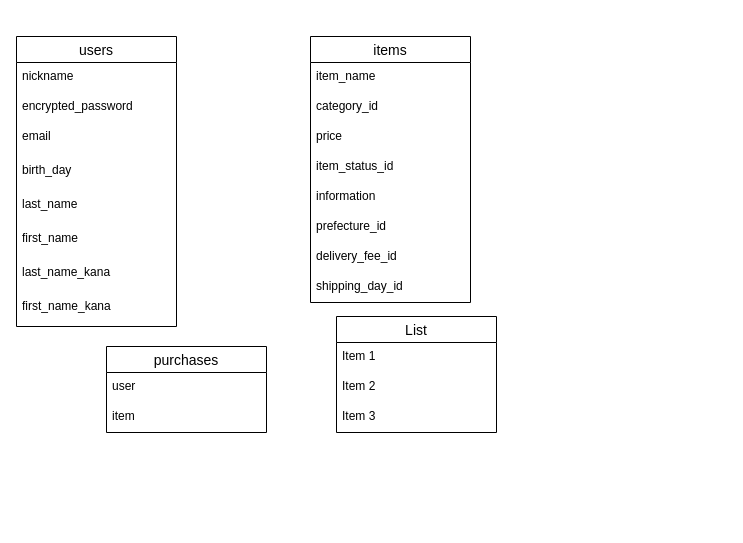
This is ER.dio from Ko-kiNanko/furima-34390, a draw.io file, before an edit. Source tidied: cells renumbered, new cells numbered last; positions are measured from the earlier drawing's top-left corner, leaving out a move shared by most shapes. Both pictures are drawn from the tidied source at 100%, with x=0, y=0 at pixel (16, 36).
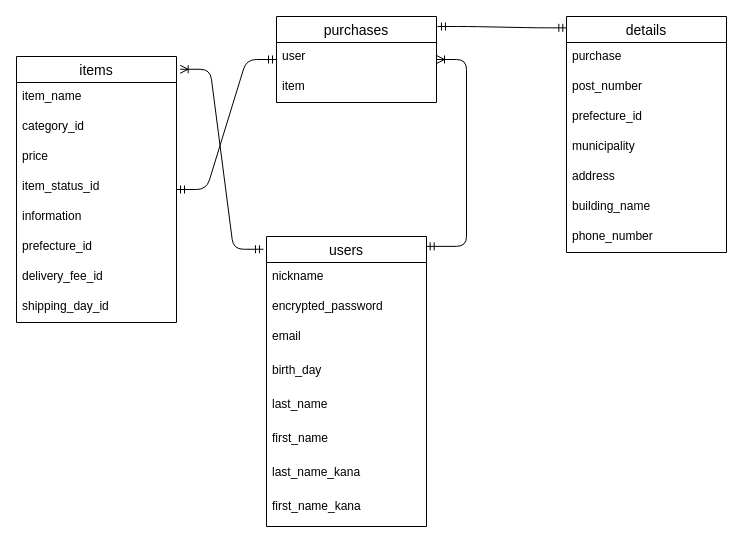
After the change.

The edit, as a diff of the source:
```diff
@@
     <mxCell id="2" value="users" style="swimlane;fontStyle=0;horizontal=1;startSize=26;align=center;fontSize=14;" parent="1" vertex="1">
-      <mxGeometry width="160" height="290" as="geometry" />
+      <mxGeometry x="250" y="200" width="160" height="290" as="geometry" />
     </mxCell>
@@
     <mxCell id="11" value="items" style="swimlane;fontStyle=0;horizontal=1;startSize=26;align=center;fontSize=14;" parent="1" vertex="1">
-      <mxGeometry x="294" width="160" height="266" as="geometry" />
+      <mxGeometry y="20" width="160" height="266" as="geometry" />
     </mxCell>
@@
     <mxCell id="20" value="purchases" style="swimlane;fontStyle=0;horizontal=1;startSize=26;align=center;fontSize=14;" parent="1" vertex="1">
-      <mxGeometry x="90" y="310" width="160" height="86" as="geometry" />
+      <mxGeometry x="260" y="-20" width="160" height="86" as="geometry" />
     </mxCell>
@@
-    <mxCell id="23" value="List" style="swimlane;fontStyle=0;horizontal=1;startSize=26;align=center;fontSize=14;" parent="1" vertex="1">
-      <mxGeometry x="320" y="280" width="160" height="116" as="geometry" />
+    <mxCell id="23" value="details" style="swimlane;fontStyle=0;horizontal=1;startSize=26;align=center;fontSize=14;" parent="1" vertex="1">
+      <mxGeometry x="550" y="-20" width="160" height="236" as="geometry" />
     </mxCell>
-    <mxCell id="24" value="Item 1" style="text;strokeColor=none;fillColor=none;spacingLeft=4;spacingRight=4;overflow=hidden;fontSize=12;" parent="23" vertex="1">
+    <mxCell id="24" value="purchase" style="text;strokeColor=none;fillColor=none;spacingLeft=4;spacingRight=4;overflow=hidden;fontSize=12;" parent="23" vertex="1">
       <mxGeometry y="26" width="160" height="30" as="geometry" />
     </mxCell>
-    <mxCell id="25" value="Item 2" style="text;strokeColor=none;fillColor=none;spacingLeft=4;spacingRight=4;overflow=hidden;fontSize=12;" parent="23" vertex="1">
+    <mxCell id="25" value="post_number" style="text;strokeColor=none;fillColor=none;spacingLeft=4;spacingRight=4;overflow=hidden;fontSize=12;" parent="23" vertex="1">
       <mxGeometry y="56" width="160" height="30" as="geometry" />
     </mxCell>
-    <mxCell id="26" value="Item 3" style="text;strokeColor=none;fillColor=none;spacingLeft=4;spacingRight=4;overflow=hidden;fontSize=12;" parent="23" vertex="1">
+    <mxCell id="26" value="prefecture_id" style="text;strokeColor=none;fillColor=none;spacingLeft=4;spacingRight=4;overflow=hidden;fontSize=12;" parent="23" vertex="1">
       <mxGeometry y="86" width="160" height="30" as="geometry" />
     </mxCell>
+    <mxCell id="27" value="municipality" style="text;strokeColor=none;fillColor=none;spacingLeft=4;spacingRight=4;overflow=hidden;fontSize=12;" parent="23" vertex="1">
+      <mxGeometry y="116" width="160" height="30" as="geometry" />
+    </mxCell>
+    <mxCell id="28" value="address" style="text;strokeColor=none;fillColor=none;spacingLeft=4;spacingRight=4;overflow=hidden;fontSize=12;" parent="23" vertex="1">
+      <mxGeometry y="146" width="160" height="30" as="geometry" />
+    </mxCell>
+    <mxCell id="29" value="building_name" style="text;strokeColor=none;fillColor=none;spacingLeft=4;spacingRight=4;overflow=hidden;fontSize=12;" parent="23" vertex="1">
+      <mxGeometry y="176" width="160" height="30" as="geometry" />
+    </mxCell>
+    <mxCell id="30" value="phone_number" style="text;strokeColor=none;fillColor=none;spacingLeft=4;spacingRight=4;overflow=hidden;fontSize=12;" parent="23" vertex="1">
+      <mxGeometry y="206" width="160" height="30" as="geometry" />
+    </mxCell>
+    <mxCell id="31" style="edgeStyle=entityRelationEdgeStyle;fontSize=12;html=1;endArrow=ERoneToMany;startArrow=ERmandOne;exitX=0.998;exitY=0.034;exitDx=0;exitDy=0;exitPerimeter=0;" parent="1" edge="1" source="2" target="20">
+      <mxGeometry relative="1" as="geometry" />
+    </mxCell>
+    <mxCell id="32" style="edgeStyle=entityRelationEdgeStyle;fontSize=12;html=1;endArrow=ERoneToMany;startArrow=ERmandOne;exitX=-0.019;exitY=0.044;exitDx=0;exitDy=0;exitPerimeter=0;entryX=1.023;entryY=0.048;entryDx=0;entryDy=0;entryPerimeter=0;" parent="1" edge="1" source="2" target="11">
+      <mxGeometry relative="1" as="geometry" />
+    </mxCell>
+    <mxCell id="33" style="edgeStyle=entityRelationEdgeStyle;fontSize=12;html=1;endArrow=ERmandOne;startArrow=ERmandOne;" parent="1" edge="1" source="11" target="20">
+      <mxGeometry relative="1" as="geometry" />
+    </mxCell>
+    <mxCell id="34" style="edgeStyle=entityRelationEdgeStyle;fontSize=12;html=1;endArrow=ERmandOne;startArrow=ERmandOne;exitX=1.006;exitY=0.116;exitDx=0;exitDy=0;exitPerimeter=0;entryX=0.002;entryY=0.048;entryDx=0;entryDy=0;entryPerimeter=0;" parent="1" edge="1" source="20" target="23">
+      <mxGeometry relative="1" as="geometry" />
+    </mxCell>
```
